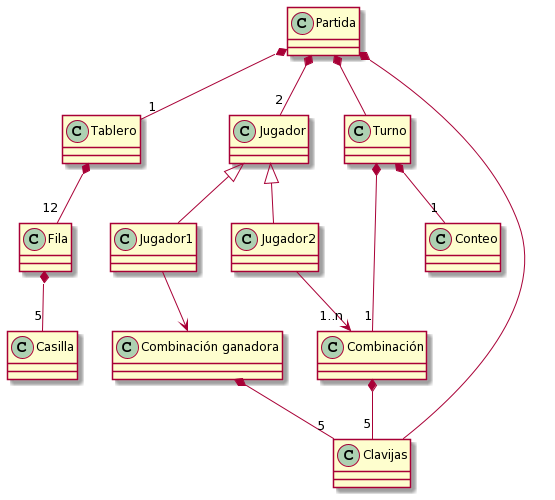
Before: mastermind.png, a diagram exported from PlantUML (Master-Desarrollo-20-21/ejercicio-2-modelo-de-dominio-mastermind-gonzalogmn). Source of this version:
```plantuml
@startuml
Partida *-- "1" Tablero
Partida *-- "2" Jugador
Partida *-- Clavijas
Partida *-- Turno

Jugador <|-- Jugador1
Jugador <|-- Jugador2

Jugador1 --> "Combinación ganadora"

"Combinación ganadora" *-- "5" Clavijas


Jugador2 --> "1..n" Combinación

Combinación *-- "5" Clavijas


Turno *-- "1" Combinación
Turno *-- "1" Conteo

Tablero *-- "12" Fila

Fila *-- "5" Casilla
@enduml
```
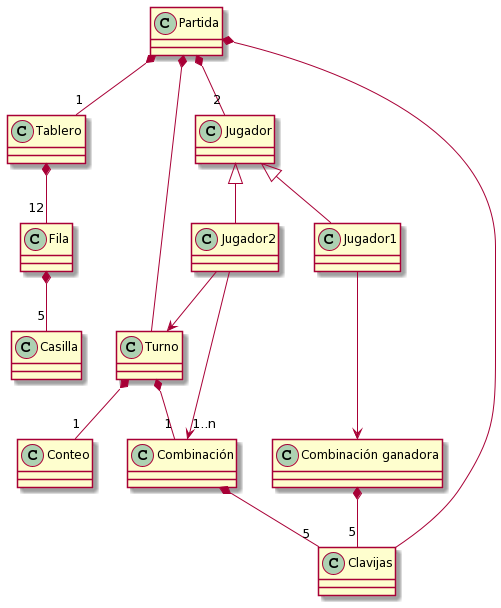
Later version of the same file.

Diff of the diagram source:
```diff
@@ -13,6 +13,7 @@
 
 
 Jugador2 --> "1..n" Combinación
+Jugador2 --> Turno
 
 Combinación *-- "5" Clavijas
 
```
